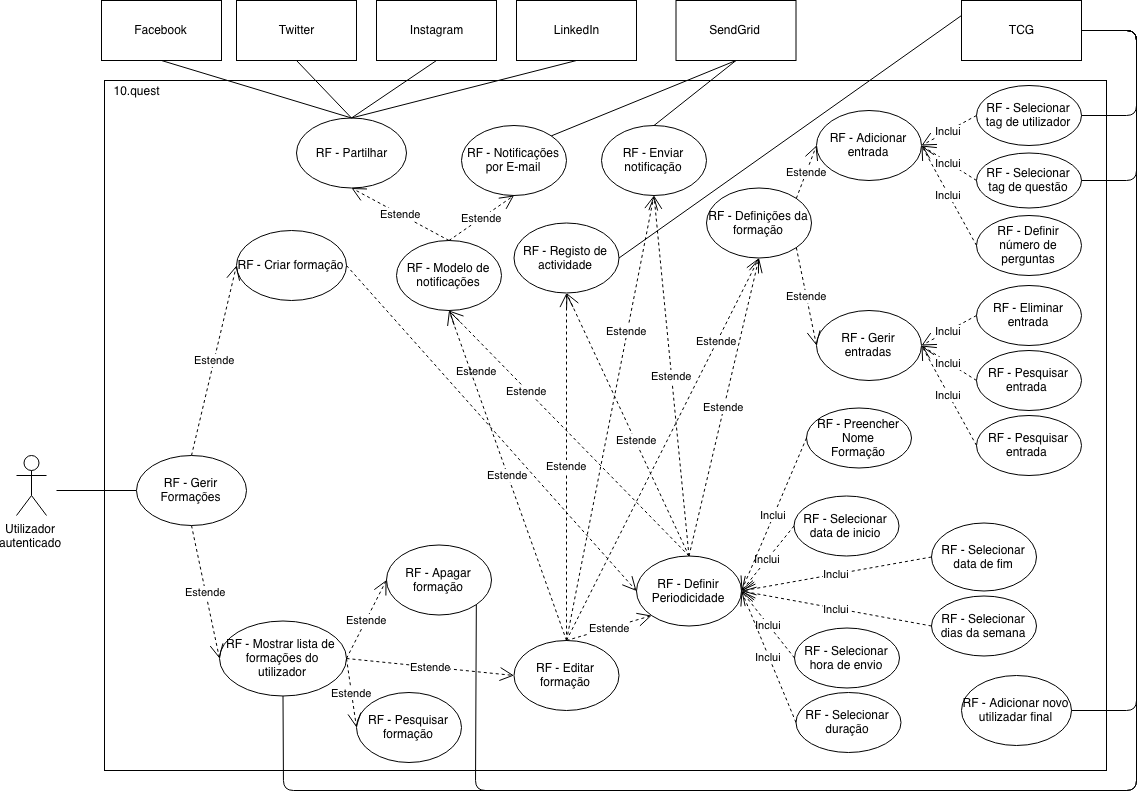
The draw.io diagram img/rf/gerir-formacoes.png in BrunoGrifo/Tese, before a commit. Source tidied: cells renumbered, new cells last; positions are measured from the earlier drawing's top-left corner, leaving out a move shared by most shapes.
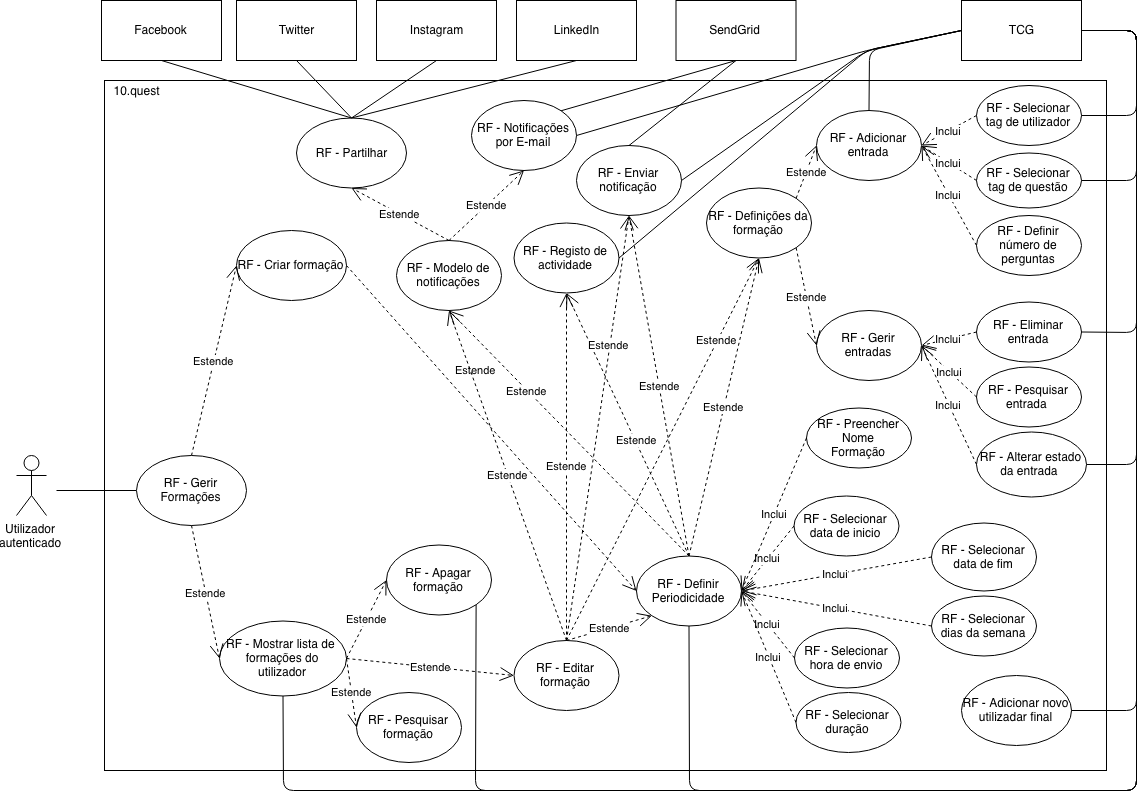
After the commit.

Commit message:
a meio da descrição diagramas

Change to the diagram source:
```diff
@@ -131,7 +131,7 @@
       <mxGeometry x="0.35" y="1" relative="1" as="geometry" />
     </mxCell>
     <mxCell id="44" value="RF - Notificações por E-mail" style="ellipse;whiteSpace=wrap;html=1;" parent="1" vertex="1">
-      <mxGeometry x="445" y="125" width="105" height="70" as="geometry" />
+      <mxGeometry x="455" y="100" width="105" height="70" as="geometry" />
     </mxCell>
     <mxCell id="45" value="Estende" style="endArrow=open;endSize=12;dashed=1;html=1;entryX=0.5;entryY=1;entryDx=0;entryDy=0;exitX=0.5;exitY=0;exitDx=0;exitDy=0;" parent="1" edge="1" source="41" target="8">
       <mxGeometry relative="1" as="geometry" />
@@ -146,7 +146,7 @@
       <mxGeometry x="800" y="310" width="105" height="70" as="geometry" />
     </mxCell>
     <mxCell id="49" value="RF - Enviar notificação" style="ellipse;whiteSpace=wrap;html=1;" parent="1" vertex="1">
-      <mxGeometry x="585" y="125" width="105" height="70" as="geometry" />
+      <mxGeometry x="560" y="145" width="105" height="70" as="geometry" />
     </mxCell>
     <mxCell id="50" value="RF - Registo de actividade" style="ellipse;whiteSpace=wrap;html=1;" parent="1" vertex="1">
       <mxGeometry x="497.5" y="222.5" width="105" height="70" as="geometry" />
@@ -182,19 +182,19 @@
       <mxGeometry relative="1" as="geometry" />
     </mxCell>
     <mxCell id="61" value="RF - Eliminar entrada" style="ellipse;whiteSpace=wrap;html=1;" parent="1" vertex="1">
-      <mxGeometry x="960" y="285" width="105" height="60" as="geometry" />
+      <mxGeometry x="960" y="301.5" width="105" height="60" as="geometry" />
     </mxCell>
     <mxCell id="62" value="Inclui" style="endArrow=open;endSize=12;dashed=1;html=1;exitX=0;exitY=0.5;exitDx=0;exitDy=0;entryX=1;entryY=0.5;entryDx=0;entryDy=0;" parent="1" edge="1" source="61" target="48">
       <mxGeometry relative="1" as="geometry" />
     </mxCell>
     <mxCell id="63" value="RF - Pesquisar entrada&amp;nbsp;" style="ellipse;whiteSpace=wrap;html=1;" parent="1" vertex="1">
-      <mxGeometry x="960" y="350" width="105" height="60" as="geometry" />
+      <mxGeometry x="960" y="366.5" width="105" height="60" as="geometry" />
     </mxCell>
     <mxCell id="64" value="Inclui" style="endArrow=open;endSize=12;dashed=1;html=1;exitX=0;exitY=0.5;exitDx=0;exitDy=0;entryX=1;entryY=0.5;entryDx=0;entryDy=0;" parent="1" edge="1" source="63" target="48">
       <mxGeometry relative="1" as="geometry" />
     </mxCell>
-    <mxCell id="65" value="RF - Pesquisar entrada&amp;nbsp;" style="ellipse;whiteSpace=wrap;html=1;" parent="1" vertex="1">
-      <mxGeometry x="960" y="415" width="105" height="60" as="geometry" />
+    <mxCell id="65" value="RF - Alterar estado da entrada&amp;nbsp;" style="ellipse;whiteSpace=wrap;html=1;" parent="1" vertex="1">
+      <mxGeometry x="960" y="431.5" width="110" height="65" as="geometry" />
     </mxCell>
     <mxCell id="66" value="Inclui" style="endArrow=open;endSize=12;dashed=1;html=1;exitX=0;exitY=0.5;exitDx=0;exitDy=0;entryX=1;entryY=0.5;entryDx=0;entryDy=0;" parent="1" edge="1" source="65" target="48">
       <mxGeometry relative="1" as="geometry" />
@@ -271,8 +271,58 @@
         </Array>
       </mxGeometry>
     </mxCell>
-    <mxCell id="82" style="endArrow=none;html=1;exitX=1;exitY=0.5;exitDx=0;exitDy=0;entryX=0;entryY=0.25;entryDx=0;entryDy=0;" parent="1" edge="1" source="50" target="75">
-      <mxGeometry relative="1" as="geometry" />
+    <mxCell id="82" style="endArrow=none;html=1;exitX=1;exitY=0.5;exitDx=0;exitDy=0;entryX=0;entryY=0.5;entryDx=0;entryDy=0;" parent="1" edge="1" source="50" target="75">
+      <mxGeometry relative="1" as="geometry">
+        <Array as="points">
+          <mxPoint x="850" y="50" />
+        </Array>
+      </mxGeometry>
     </mxCell>
+    <mxCell id="83" style="endArrow=none;html=1;entryX=1;entryY=0.5;entryDx=0;entryDy=0;exitX=1;exitY=0.5;exitDx=0;exitDy=0;" parent="1" edge="1" source="61" target="75">
+      <mxGeometry relative="1" as="geometry">
+        <Array as="points">
+          <mxPoint x="1120" y="332" />
+          <mxPoint x="1120" y="30" />
+        </Array>
+      </mxGeometry>
+    </mxCell>
+    <mxCell id="84" style="endArrow=none;html=1;entryX=1;entryY=0.5;entryDx=0;entryDy=0;exitX=1;exitY=0.5;exitDx=0;exitDy=0;" parent="1" edge="1" source="65" target="75">
+      <mxGeometry relative="1" as="geometry">
+        <Array as="points">
+          <mxPoint x="1120" y="464" />
+          <mxPoint x="1120" y="30" />
+        </Array>
+      </mxGeometry>
+    </mxCell>
+    <mxCell id="85" style="endArrow=none;html=1;entryX=1;entryY=0.5;entryDx=0;entryDy=0;exitX=0.5;exitY=1;exitDx=0;exitDy=0;" parent="1" edge="1" source="26" target="75">
+      <mxGeometry relative="1" as="geometry">
+        <Array as="points">
+          <mxPoint x="673" y="790" />
+          <mxPoint x="1120" y="790" />
+          <mxPoint x="1120" y="30" />
+        </Array>
+      </mxGeometry>
+    </mxCell>
+    <mxCell id="86" style="endArrow=none;html=1;entryX=0;entryY=0.5;entryDx=0;entryDy=0;exitX=0.5;exitY=0;exitDx=0;exitDy=0;" parent="1" edge="1" source="47" target="75">
+      <mxGeometry relative="1" as="geometry">
+        <Array as="points">
+          <mxPoint x="853" y="50" />
+        </Array>
+      </mxGeometry>
+    </mxCell>
+    <mxCell id="87" style="endArrow=none;html=1;entryX=0;entryY=0.5;entryDx=0;entryDy=0;exitX=1;exitY=0.5;exitDx=0;exitDy=0;" parent="1" edge="1" source="49" target="75">
+      <mxGeometry relative="1" as="geometry">
+        <Array as="points">
+          <mxPoint x="850" y="50" />
+        </Array>
+      </mxGeometry>
+    </mxCell>
+    <mxCell id="88" style="endArrow=none;html=1;entryX=0;entryY=0.5;entryDx=0;entryDy=0;exitX=1;exitY=0.5;exitDx=0;exitDy=0;" parent="1" edge="1" source="44" target="75">
+      <mxGeometry relative="1" as="geometry">
+        <Array as="points">
+          <mxPoint x="850" y="50" />
+        </Array>
+      </mxGeometry>
+    </mxCell>
   </root>
 </mxGraphModel>
```
